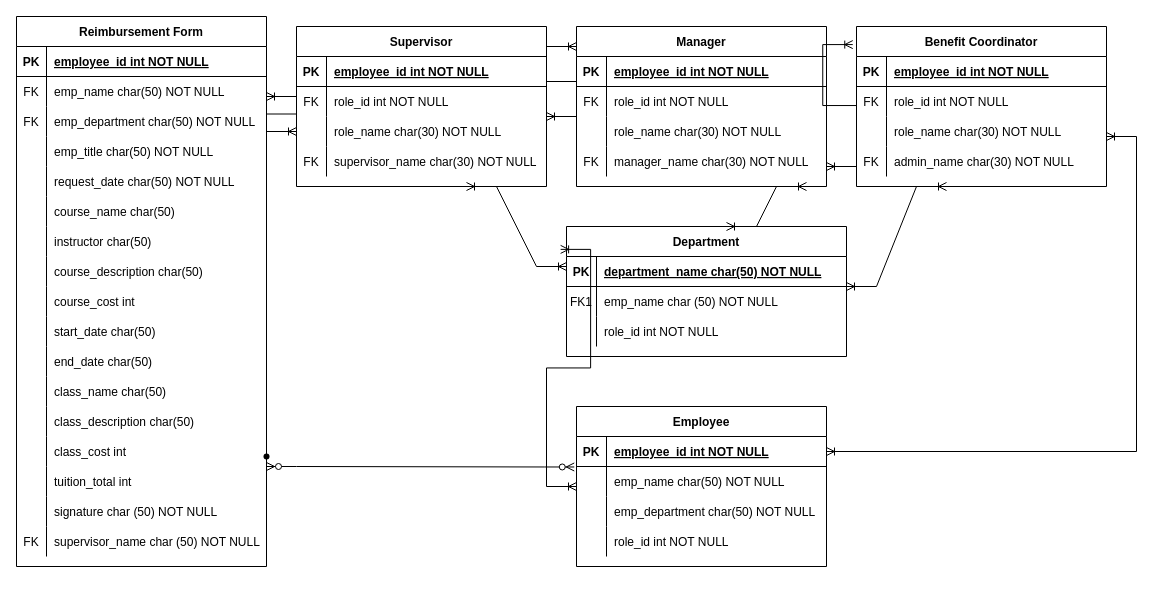
Before: Untitled Diagram.drawio in Mellownee/Project1, a draw.io diagram. Source tidied: cells renumbered, new cells numbered last; positions are measured from the earlier drawing's top-left corner, leaving out a move shared by most shapes. Both pictures are drawn from the tidied source at 100%, with x=0, y=0 at pixel (16, 16).
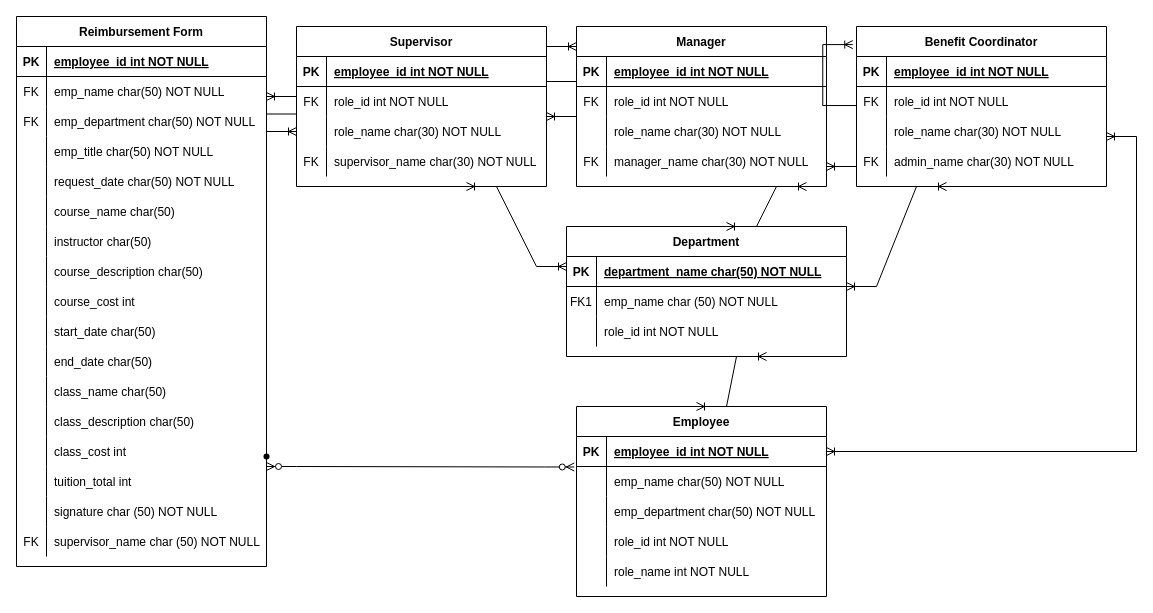
After the change.

Unchanged cells that the change refers to:
```xml
<mxCell id="15" value="Department" style="shape=table;startSize=30;childLayout=tableLayout;rowLines=0;fontStyle=1;align=center;" parent="1" vertex="1">
  <mxGeometry x="550" y="210" width="280" height="130" as="geometry" />
</mxCell>
```

What changed in the source:
```diff
@@
     <mxCell id="25" value="Employee" style="shape=table;startSize=30;childLayout=tableLayout;rowLines=0;fontStyle=1;align=center;" parent="1" vertex="1">
-      <mxGeometry x="560" y="390" width="250" height="160" as="geometry" />
+      <mxGeometry x="560" y="390" width="250" height="190" as="geometry" />
     </mxCell>
@@
+    <mxCell id="126" style="shape=partialRectangle;fillColor=none;top=0;left=0;right=0;bottom=0;" parent="25" vertex="1">
+      <mxGeometry y="150" width="250" height="30" as="geometry" />
+    </mxCell>
+    <mxCell id="127" style="shape=partialRectangle;overflow=hidden;fillColor=none;top=0;left=0;bottom=0;right=0;" parent="126" vertex="1">
+      <mxGeometry width="30" height="30" as="geometry" />
+    </mxCell>
+    <mxCell id="128" value="role_name int NOT NULL" style="shape=partialRectangle;overflow=hidden;fillColor=none;top=0;left=0;bottom=0;right=0;align=left;spacingLeft=6;" parent="126" vertex="1">
+      <mxGeometry x="30" width="220" height="30" as="geometry" />
+    </mxCell>
@@
-    <mxCell id="121" style="edgeStyle=entityRelationEdgeStyle;fontSize=12;html=1;endArrow=ERoneToMany;startArrow=ERoneToMany;rounded=0;entryX=-0.021;entryY=0.176;entryDx=0;entryDy=0;entryPerimeter=0;" parent="1" edge="1" source="25" target="15">
-      <mxGeometry relative="1" as="geometry" />
-    </mxCell>
@@
+    <mxCell id="129" style="edgeStyle=entityRelationEdgeStyle;fontSize=12;html=1;endArrow=ERoneToMany;startArrow=ERoneToMany;rounded=0;" parent="1" edge="1">
+      <mxGeometry relative="1" as="geometry">
+        <mxPoint x="680" y="390" as="sourcePoint" />
+        <mxPoint x="750" y="340" as="targetPoint" />
+      </mxGeometry>
+    </mxCell>
```
